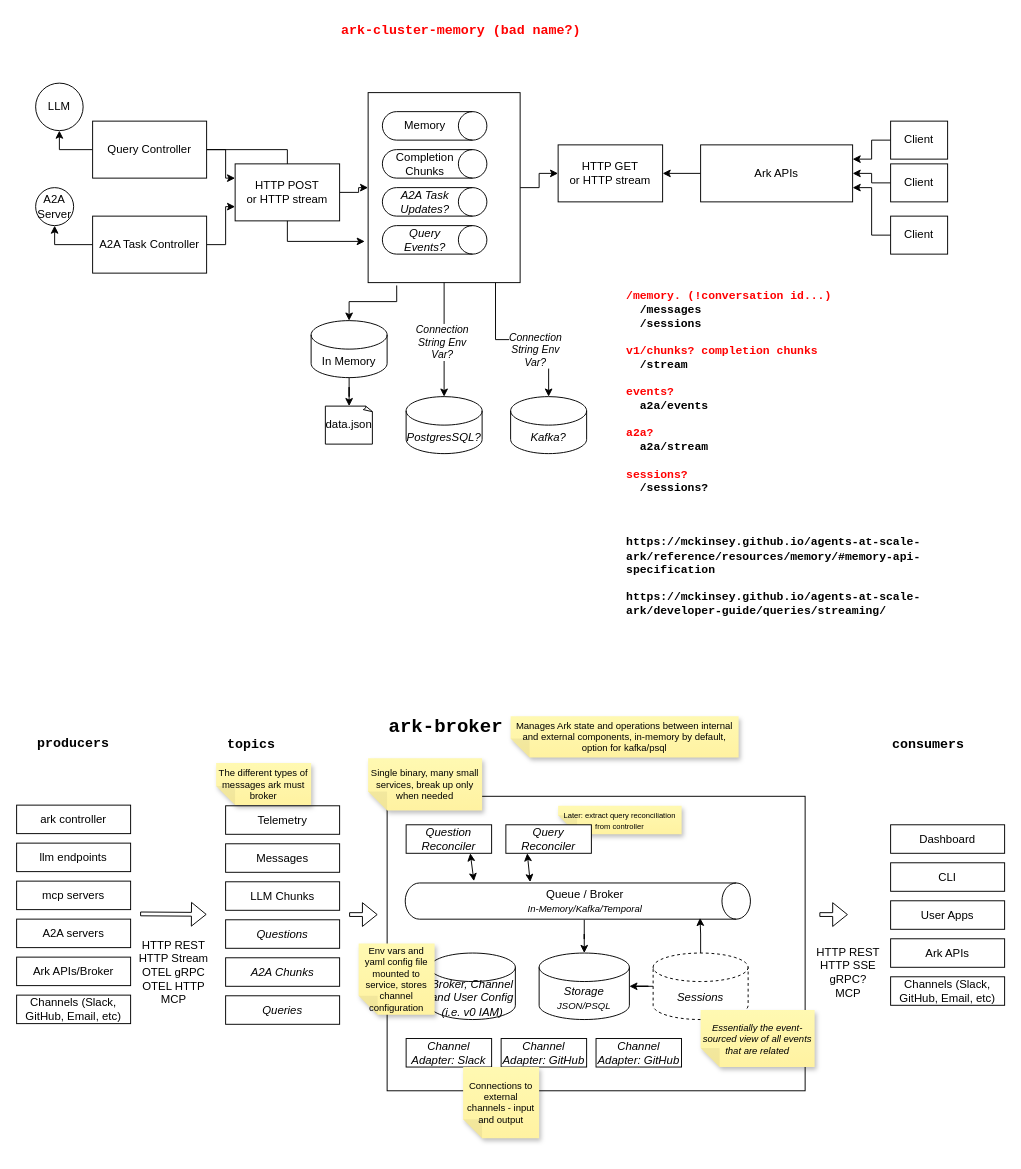
Before: tasks/01-ark-broker-and-questions/broker.drawio in dwmkerr/agents-at-scale-ark, a draw.io diagram. Source tidied: cells renumbered, new cells numbered last; positions are measured from the earlier drawing's top-left corner, leaving out a move shared by most shapes. Both pictures are drawn from the tidied source at 95%, with x=0, y=0 at pixel (16, 16).
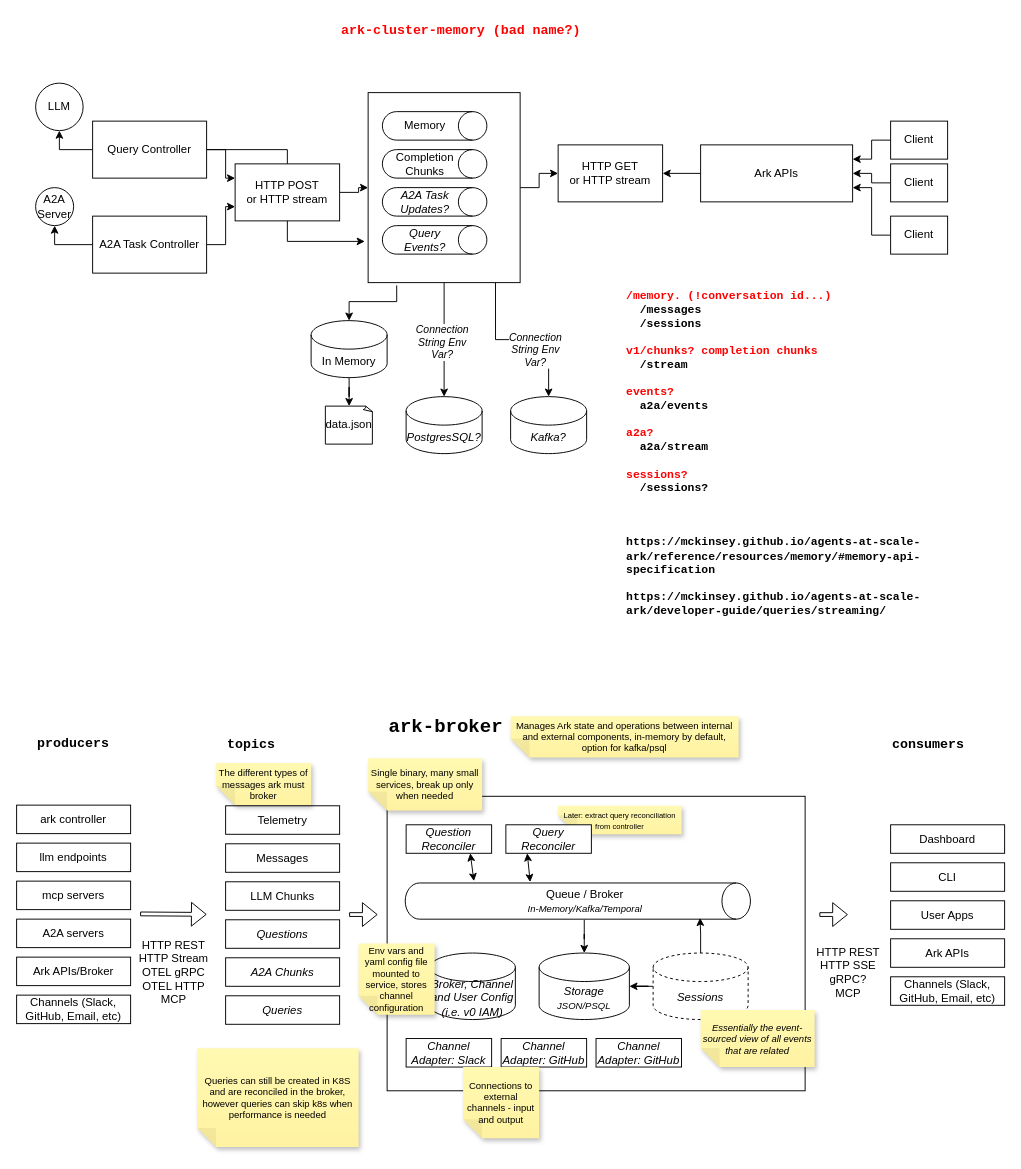
After the change.

Diff of the diagram source:
```diff
@@
+    <mxCell id="93" value="Queries can still be created in K8S and are reconciled in the broker, however queries can skip k8s when performance is needed" style="shape=note;whiteSpace=wrap;html=1;backgroundOutline=1;fontColor=#000000;darkOpacity=0.05;fillColor=#FFF9B2;strokeColor=none;fillStyle=solid;direction=west;gradientDirection=north;gradientColor=#FFF2A1;shadow=1;size=20;fontSize=10;" parent="1" vertex="1">
+      <mxGeometry x="190" y="1086" width="170" height="104" as="geometry" />
+    </mxCell>
```
